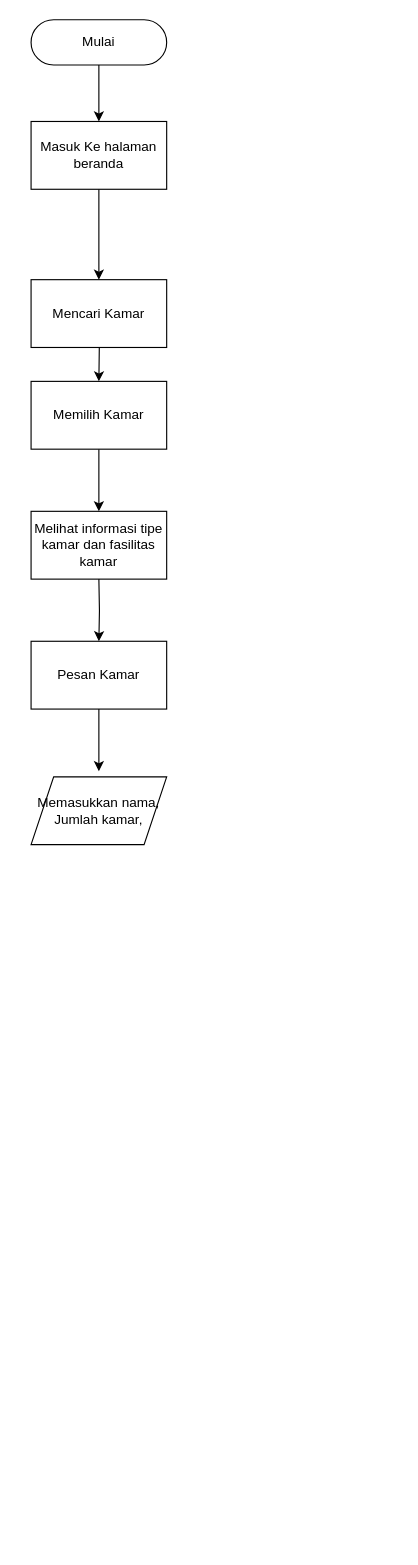
Before: Tamu.drawio in Go-UKK/Flowcart, a draw.io diagram. Source tidied: cells renumbered, new cells numbered last; positions are measured from the earlier drawing's top-left corner, leaving out a move shared by most shapes. Both pictures are drawn from the tidied source at 113%, with x=0, y=0 at pixel (31, 19).
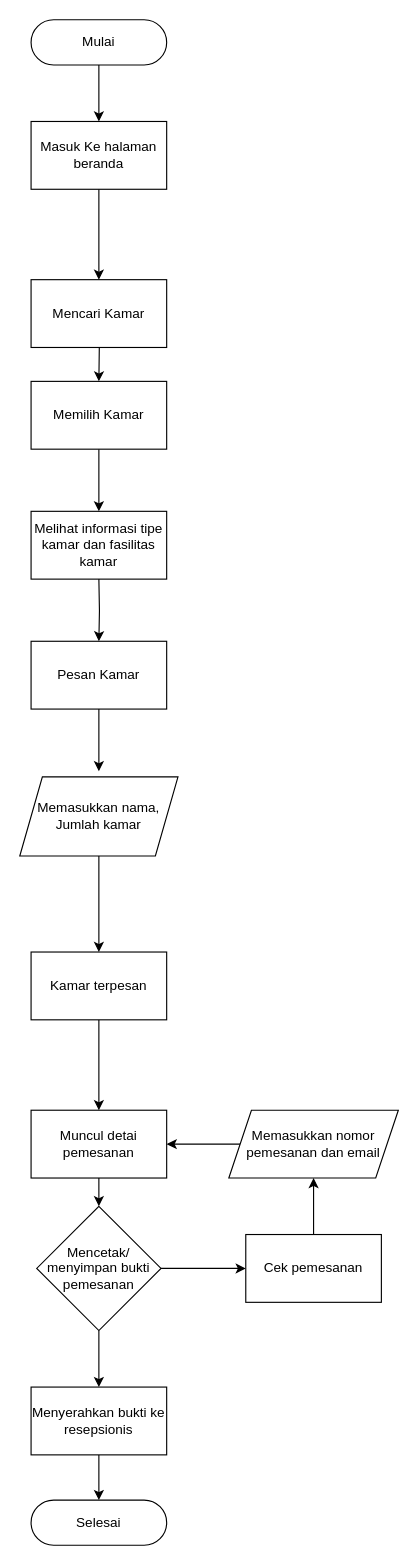
The same diagram, later.

Diff of the diagram source:
```diff
@@
+    <mxCell id="15" style="edgeStyle=orthogonalEdgeStyle;rounded=0;jettySize=auto;html=1;" parent="1" edge="1" source="12" target="17">
+      <mxGeometry relative="1" as="geometry" />
+    </mxCell>
-    <mxCell id="12" value="Memasukkan nama, Jumlah kamar," style="shape=parallelogram;perimeter=parallelogramPerimeter;whiteSpace=wrap;html=1;fixedSize=1;" parent="1" vertex="1">
-      <mxGeometry y="670" width="120" height="60" as="geometry" />
+    <mxCell id="12" value="Memasukkan nama, Jumlah kamar" style="shape=parallelogram;perimeter=parallelogramPerimeter;whiteSpace=wrap;html=1;fixedSize=1;" parent="1" vertex="1">
+      <mxGeometry x="-10" y="670" width="140" height="70" as="geometry" />
     </mxCell>
@@
+    <mxCell id="16" style="edgeStyle=orthogonalEdgeStyle;rounded=0;jettySize=auto;html=1;" parent="1" edge="1" source="17" target="19">
+      <mxGeometry relative="1" as="geometry" />
+    </mxCell>
+    <mxCell id="17" value="Kamar terpesan" style="whiteSpace=wrap;html=1;" parent="1" vertex="1">
+      <mxGeometry y="825" width="120" height="60" as="geometry" />
+    </mxCell>
+    <mxCell id="18" style="edgeStyle=orthogonalEdgeStyle;rounded=0;jettySize=auto;html=1;" parent="1" edge="1" source="19" target="22">
+      <mxGeometry relative="1" as="geometry" />
+    </mxCell>
+    <mxCell id="19" value="Muncul detai pemesanan" style="whiteSpace=wrap;html=1;" parent="1" vertex="1">
+      <mxGeometry y="965" width="120" height="60" as="geometry" />
+    </mxCell>
+    <mxCell id="20" style="edgeStyle=orthogonalEdgeStyle;rounded=0;jettySize=auto;html=1;" parent="1" edge="1" source="22" target="24">
+      <mxGeometry relative="1" as="geometry" />
+    </mxCell>
+    <mxCell id="21" style="edgeStyle=orthogonalEdgeStyle;rounded=0;jettySize=auto;html=1;" parent="1" edge="1" source="22" target="28">
+      <mxGeometry relative="1" as="geometry" />
+    </mxCell>
+    <mxCell id="22" value="Mencetak/ menyimpan bukti pemesanan" style="rhombus;whiteSpace=wrap;html=1;" parent="1" vertex="1">
+      <mxGeometry x="5" y="1050" width="110" height="110" as="geometry" />
+    </mxCell>
+    <mxCell id="23" style="edgeStyle=orthogonalEdgeStyle;rounded=0;jettySize=auto;html=1;" parent="1" edge="1" source="24" target="26">
+      <mxGeometry relative="1" as="geometry" />
+    </mxCell>
+    <mxCell id="24" value="Cek pemesanan" style="whiteSpace=wrap;html=1;" parent="1" vertex="1">
+      <mxGeometry x="190" y="1075" width="120" height="60" as="geometry" />
+    </mxCell>
+    <mxCell id="25" style="edgeStyle=orthogonalEdgeStyle;rounded=0;jettySize=auto;html=1;" parent="1" edge="1" source="26" target="19">
+      <mxGeometry relative="1" as="geometry" />
+    </mxCell>
+    <mxCell id="26" value="Memasukkan nomor pemesanan dan email" style="shape=parallelogram;perimeter=parallelogramPerimeter;whiteSpace=wrap;html=1;fixedSize=1;" parent="1" vertex="1">
+      <mxGeometry x="175" y="965" width="150" height="60" as="geometry" />
+    </mxCell>
+    <mxCell id="27" style="edgeStyle=orthogonalEdgeStyle;rounded=0;jettySize=auto;html=1;" parent="1" edge="1" source="28" target="29">
+      <mxGeometry relative="1" as="geometry" />
+    </mxCell>
+    <mxCell id="28" value="Menyerahkan bukti ke resepsionis" style="whiteSpace=wrap;html=1;" parent="1" vertex="1">
+      <mxGeometry y="1210" width="120" height="60" as="geometry" />
+    </mxCell>
+    <mxCell id="29" value="Selesai" style="rounded=1;whiteSpace=wrap;html=1;fontSize=12;glass=0;strokeWidth=1;shadow=0;arcSize=50;" parent="1" vertex="1">
+      <mxGeometry y="1310" width="120" height="40" as="geometry" />
+    </mxCell>
```
